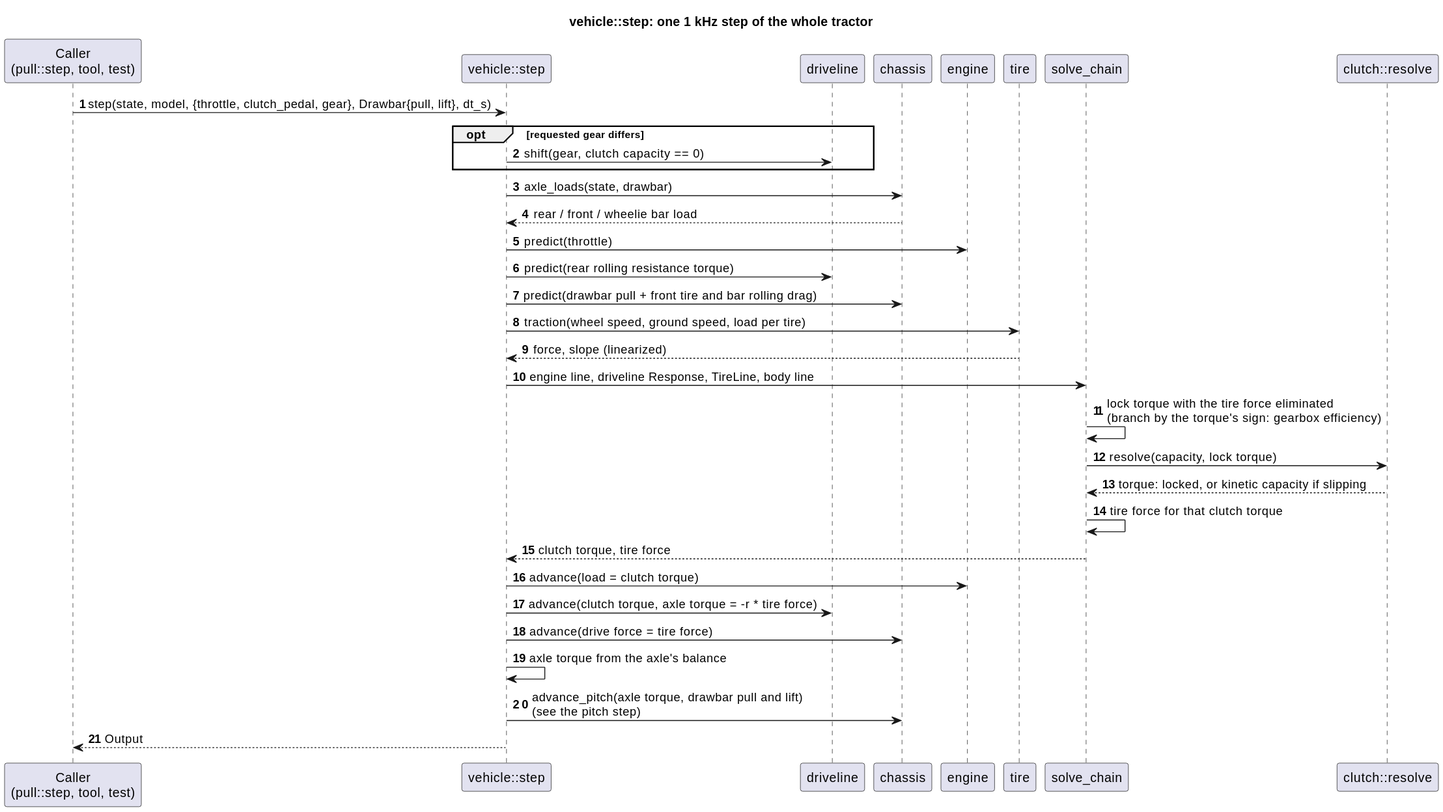
Earlier version of the PlantUML export docs/diagrams/svg/vehicle_step_sequence.svg (wversteeg/TractorPulling).
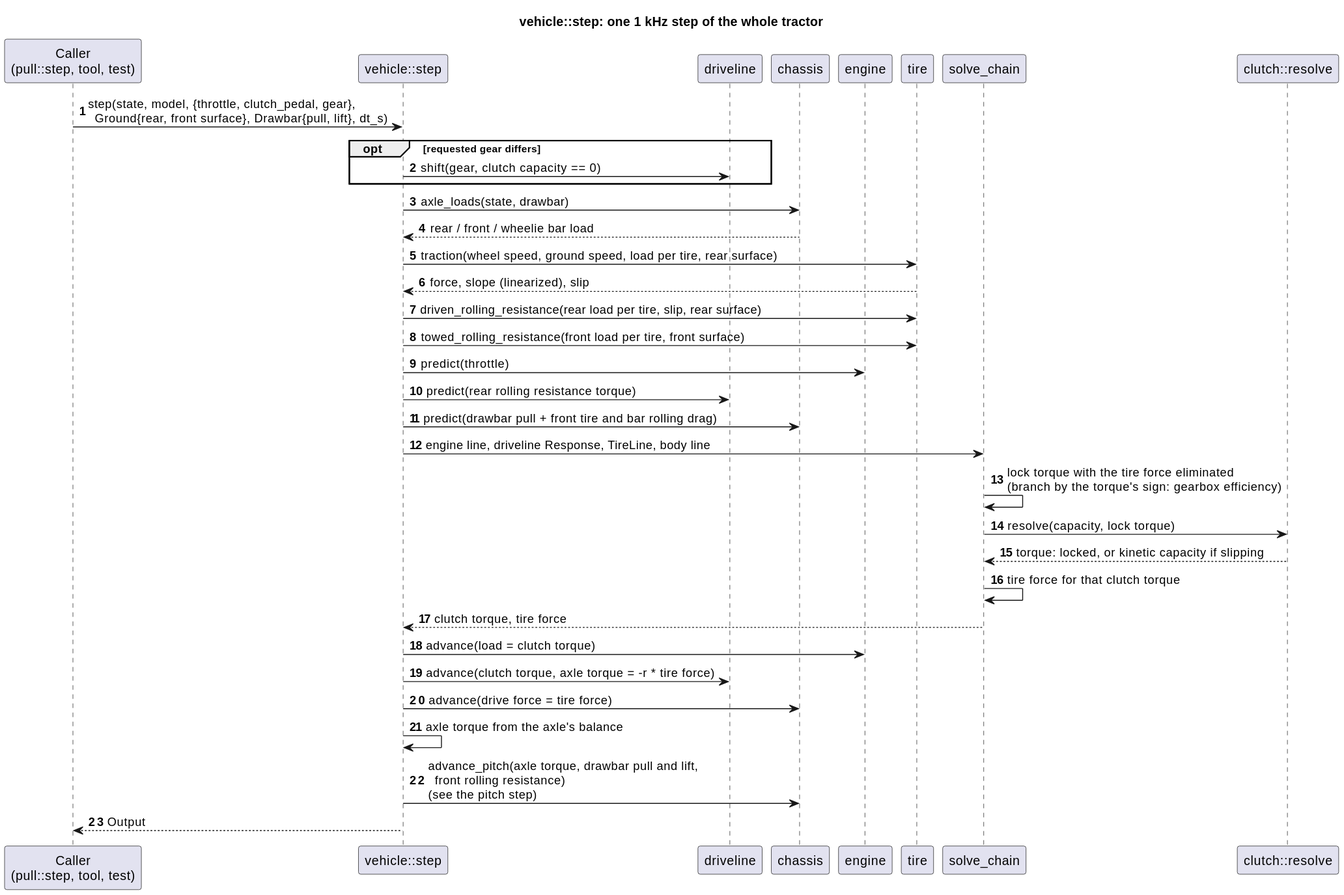
After the commit.

Change to the diagram source:
```diff
@@ -10,17 +10,19 @@
 participant "solve_chain" as Solve
 participant "clutch::resolve" as Clutch
 
-Caller -> Step : step(state, model, {throttle, clutch_pedal, gear}, Drawbar{pull, lift}, dt_s)
+Caller -> Step : step(state, model, {throttle, clutch_pedal, gear},\n  Ground{rear, front surface}, Drawbar{pull, lift}, dt_s)
 opt requested gear differs
   Step -> Driveline : shift(gear, clutch capacity == 0)
 end
 Step -> Chassis : axle_loads(state, drawbar)
 Chassis --> Step : rear / front / wheelie bar load
+Step -> Tire : traction(wheel speed, ground speed, load per tire, rear surface)
+Tire --> Step : force, slope (linearized), slip
+Step -> Tire : driven_rolling_resistance(rear load per tire, slip, rear surface)
+Step -> Tire : towed_rolling_resistance(front load per tire, front surface)
 Step -> Engine : predict(throttle)
 Step -> Driveline : predict(rear rolling resistance torque)
 Step -> Chassis : predict(drawbar pull + front tire and bar rolling drag)
-Step -> Tire : traction(wheel speed, ground speed, load per tire)
-Tire --> Step : force, slope (linearized)
 Step -> Solve : engine line, driveline Response, TireLine, body line
 Solve -> Solve : lock torque with the tire force eliminated\n(branch by the torque's sign: gearbox efficiency)
 Solve -> Clutch : resolve(capacity, lock torque)
@@ -31,6 +33,6 @@
 Step -> Driveline : advance(clutch torque, axle torque = -r * tire force)
 Step -> Chassis : advance(drive force = tire force)
 Step -> Step : axle torque from the axle's balance
-Step -> Chassis : advance_pitch(axle torque, drawbar pull and lift)\n(see the pitch step)
+Step -> Chassis : advance_pitch(axle torque, drawbar pull and lift,\n  front rolling resistance)\n(see the pitch step)
 Step --> Caller : Output
 @enduml
```
